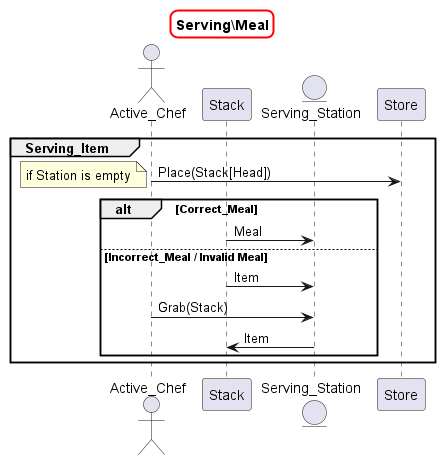
Before: images/Serving_Meal.png, a diagram exported from PlantUML (Runtime-Terrors-Team-5/Website). The source it was exported from:
```plantuml
@startuml
skinparam titleBorderRoundCorner 15
skinparam titleBorderThickness 2
skinparam titleBorderColor red
title Serving\Meal

actor Active_Chef as Chef
participant Stack as Inventory
entity Serving_Station as Serve


group Serving_Item
    Chef -> Store : Place(Stack[Head])
    note left: if Station is empty
    alt Correct_Meal
        Inventory -> Serve : Meal
    else Incorrect_Meal / Invalid Meal
        Inventory -> Serve: Item
        Chef -> Serve : Grab(Stack)
        Inventory <- Serve : Item
    end
end
@enduml
```
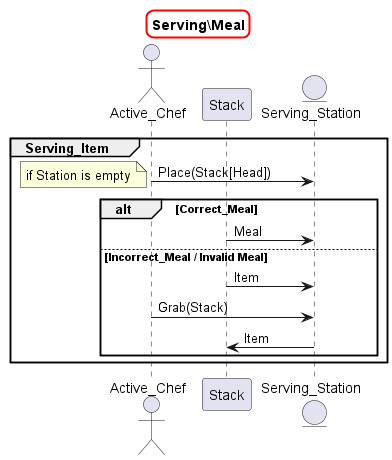
Later version of the same file.

Commit message:
Gantt, Impl, Asset Update

The edit, as a diff of the source:
```diff
@@ -10,7 +10,7 @@
 
 
 group Serving_Item
-    Chef -> Store : Place(Stack[Head])
+Chef -> Serve : Place(Stack[Head])
     note left: if Station is empty
     alt Correct_Meal
         Inventory -> Serve : Meal
```
